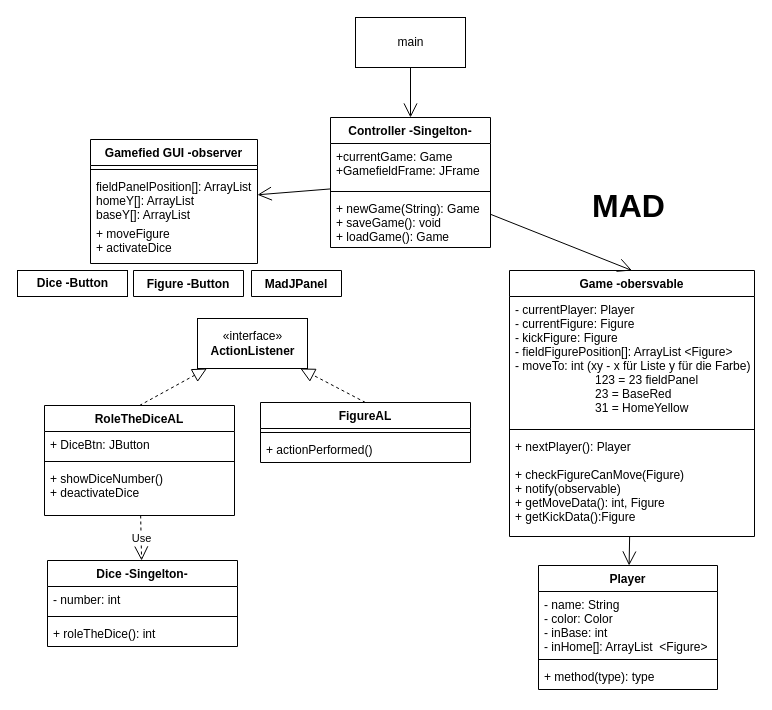
Before: MADClassDiagramm.drawio in Derpzz/SPE-MAD, a draw.io diagram. Source tidied: cells renumbered, new cells numbered last; positions are measured from the earlier drawing's top-left corner, leaving out a move shared by most shapes. Both pictures are drawn from the tidied source at 100%, with x=0, y=0 at pixel (17, 17).
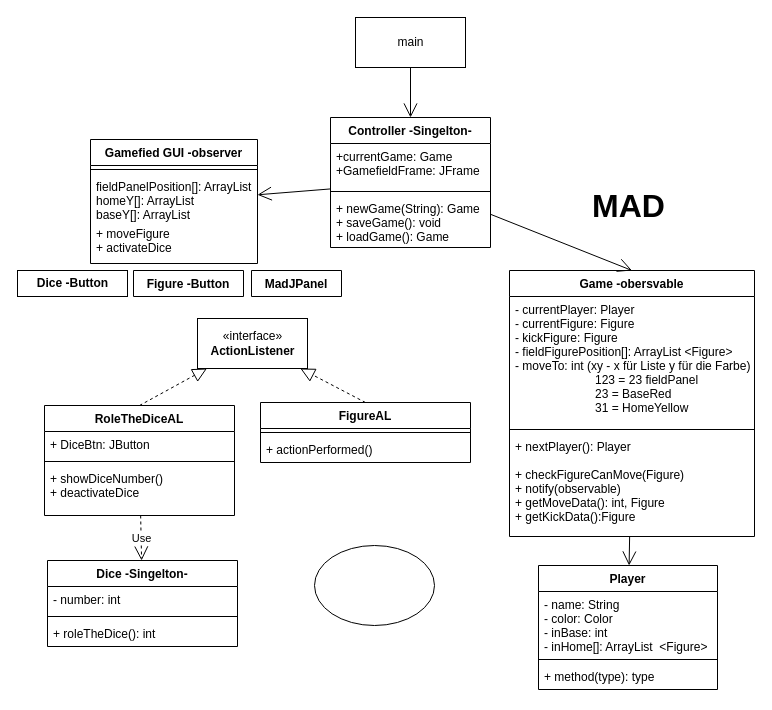
After the change.

The edit, as a diff of the source:
```diff
@@
+    <mxCell id="42" style="ellipse;whiteSpace=wrap;html=1;" parent="1" vertex="1">
+      <mxGeometry x="297" y="528" width="120" height="80" as="geometry" />
+    </mxCell>
```
